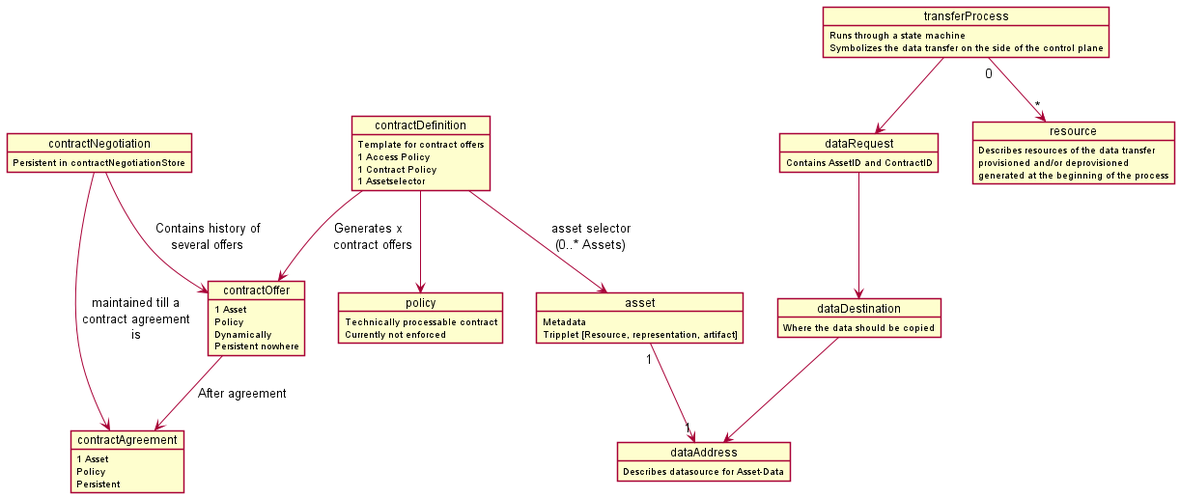
Above: docs/diagrams/domain-model.png in eclipse-edc/Connector (PlantUML), before the change. Its diagram source:
```plantuml
@startuml

skinParam NoteBackgroundColor WhiteSmoke
skinParam NoteFontColor Black
skinParam ParticipantBackgroundColor WhiteSmoke
skinParam ActorBackgroundColor WhiteSmoke
skinParam AgentBackgroundColor White
skinParam AgentBorderColor SkyBlue
skinparam shadowing false

object policy {
  Technically processable contract
  Currently not enforced
}

object contractOffer{
   1 Asset
   Policy
   Dynamically
   Persistent nowhere
}

object contractNegotiation{
    Persistent in contractNegotiationStore
}

object contractAgreement{
    1 Asset
    Policy
    Persistent
}

object resource{
    Describes resources of the data transfer
    provisioned and/or deprovisioned
    generated at the beginning of the process
}

object asset{
    Metadata
    Tripplet [Resource, representation, artifact]
}

object contractDefinition{
    Template for contract offers
    1 Access Policy
    1 Contract Policy
    1 Assetselector
}

object dataAddress{
    Describes datasource for Asset-Data
}

object dataDestination{
    Where the data should be copied
}

object dataRequest{
    Contains AssetID and ContractID
}

object transferProcess{
    Runs through a state machine
    Symbolizes the data transfer on the side of the control plane
}

contractDefinition --> policy
contractDefinition --> asset: asset selector\n(0..* Assets)
contractDefinition --> contractOffer: Generates x \n contract offers
asset "1" --> "1" dataAddress
contractNegotiation --> contractOffer: Contains history of\nseveral offers
contractNegotiation --> contractAgreement: maintained till a\ncontract agreement\nis
contractOffer --> contractAgreement: After agreement
transferProcess "0" --> "*" resource
transferProcess --> dataRequest
dataRequest --> dataDestination
dataDestination --> dataAddress

@enduml
```
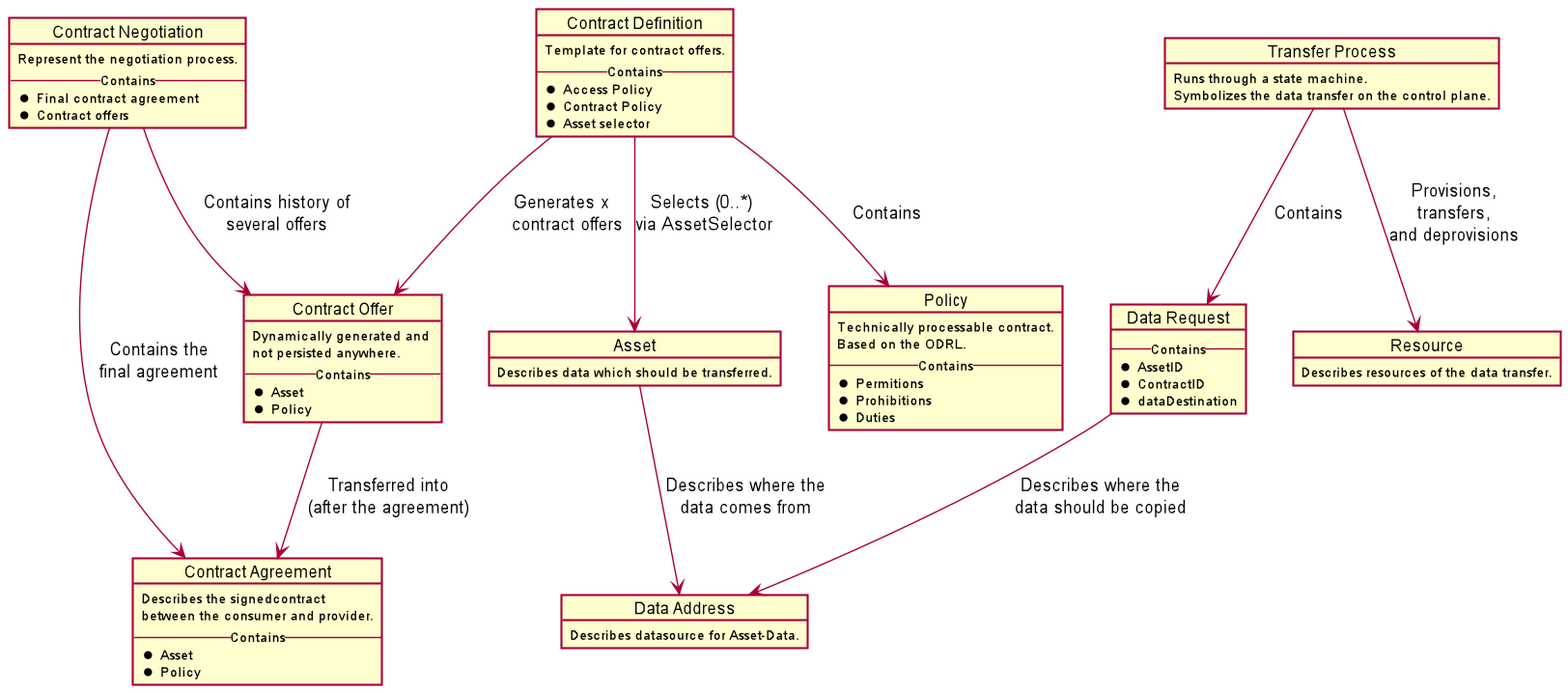
After the commit.

Commit message:
Docs: Improve descriptions of components in domain model diagram

What changed in the source:
```diff
@@ -8,73 +8,78 @@
 skinParam AgentBorderColor SkyBlue
 skinparam shadowing false
 
-object policy {
-  Technically processable contract
-  Currently not enforced
+object "Policy" as policy {
+  Technically processable contract.
+  Based on the ODRL.
+  --Contains--
+  * Permitions
+  * Prohibitions
+  * Duties
+
 }
 
-object contractOffer{
-   1 Asset
-   Policy
-   Dynamically
-   Persistent nowhere
+object "Contract Offer" as contract_offer{
+   Dynamically generated and \nnot persisted anywhere.
+   --Contains--
+   * Asset
+   * Policy
 }
 
-object contractNegotiation{
-    Persistent in contractNegotiationStore
+object "Contract Negotiation" as contractNegotiation{
+    Represent the negotiation process.
+    --Contains--
+    * Final contract agreement
+    * Contract offers
 }
 
-object contractAgreement{
-    1 Asset
-    Policy
-    Persistent
+object "Contract Agreement" as contractAgreement{
+    Describes the signedcontract\nbetween the consumer and provider.
+    --Contains--
+    * Asset
+    * Policy
 }
 
-object resource{
-    Describes resources of the data transfer
-    provisioned and/or deprovisioned
-    generated at the beginning of the process
+object "Resource" as resource{
+    Describes resources of the data transfer.
 }
 
-object asset{
-    Metadata
-    Tripplet [Resource, representation, artifact]
+object "Asset" as asset{
+    Describes data which should be transferred.
 }
 
-object contractDefinition{
-    Template for contract offers
-    1 Access Policy
-    1 Contract Policy
-    1 Assetselector
+object "Contract Definition" as contractDefinition{
+    Template for contract offers.
+    --Contains--
+    * Access Policy
+    * Contract Policy
+    * Asset selector
 }
 
-object dataAddress{
-    Describes datasource for Asset-Data
+object "Data Address" as dataAddress{
+    Describes datasource for Asset-Data.
 }
 
-object dataDestination{
-    Where the data should be copied
+object "Data Request" as dataRequest{
+    -- Contains --
+    * AssetID
+    * ContractID
+    * dataDestination
 }
 
-object dataRequest{
-    Contains AssetID and ContractID
+object "Transfer Process" as transferProcess{
+    Runs through a state machine.
+    Symbolizes the data transfer on the control plane.
 }
 
-object transferProcess{
-    Runs through a state machine
-    Symbolizes the data transfer on the side of the control plane
-}
-
-contractDefinition --> policy
-contractDefinition --> asset: asset selector\n(0..* Assets)
-contractDefinition --> contractOffer: Generates x \n contract offers
-asset "1" --> "1" dataAddress
-contractNegotiation --> contractOffer: Contains history of\nseveral offers
-contractNegotiation --> contractAgreement: maintained till a\ncontract agreement\nis
-contractOffer --> contractAgreement: After agreement
-transferProcess "0" --> "*" resource
-transferProcess --> dataRequest
-dataRequest --> dataDestination
-dataDestination --> dataAddress
+contractDefinition --> policy: Contains
+contractDefinition --> asset: Selects (0..*) \nvia AssetSelector
+contract_offer --> contractAgreement: Transferred into\n(after the agreement)
+asset --> dataAddress: Describes where the\ndata comes from
+contractDefinition --> contract_offer: Generates x \n contract offers
+contractNegotiation --> contractAgreement: Contains the\nfinal agreement
+transferProcess --> resource: Provisions,\ntransfers,\nand deprovisions
+transferProcess --> dataRequest: Contains
+dataRequest --> dataAddress: Describes where the\ndata should be copied
+contractNegotiation --> contract_offer: Contains history of\nseveral offers
 
 @enduml
```
